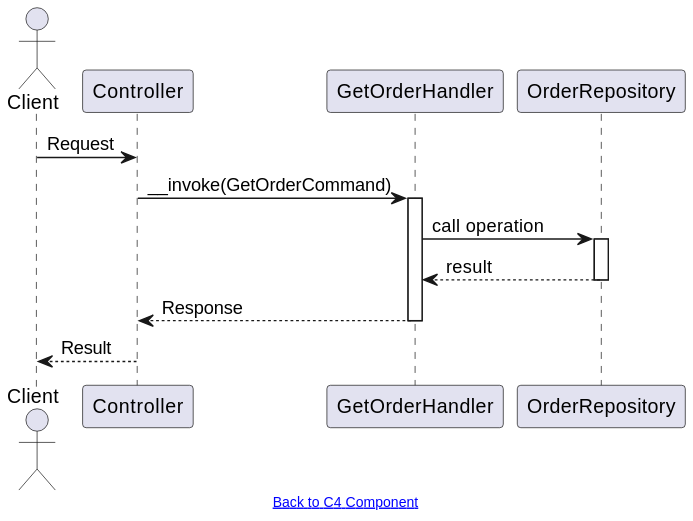
Earlier version of the PlantUML export docs/sequence-get-order.svg (mundiir/meetup-2025-orders-service).
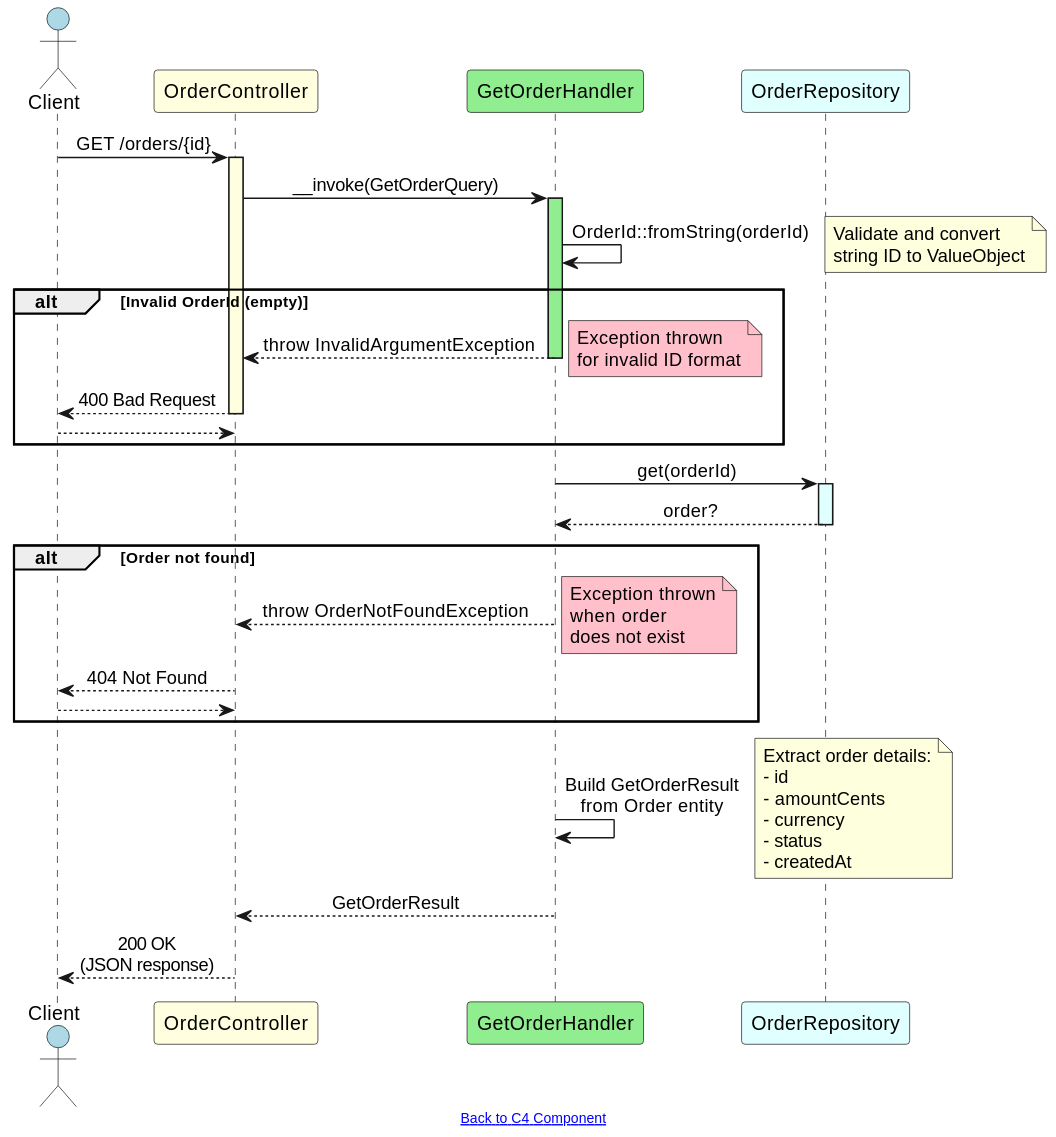
The same diagram one commit later.

Commit message:
Generate PlantUML diagrams for UseCases

What changed in the source:
```diff
@@ -1,22 +1,53 @@
 @startuml
 
-actor Client
-participant "Controller" as Controller
-participant "GetOrderHandler" as Handler
-participant OrderRepository as orders
+skinparam sequenceMessageAlign center
+skinparam BoxPadding 10
 
-Client -> Controller: Request
-Controller -> Handler: __invoke(GetOrderCommand)
-activate Handler
+actor Client #lightblue
+participant "OrderController" as Controller #lightyellow
+participant "GetOrderHandler" as Handler #lightgreen
+participant OrderRepository as Repo #lightcyan
 
-Handler -> orders: call operation
-activate orders
-orders --> Handler: result
-deactivate orders
+Client -> Controller: GET /orders/{id}
+activate Controller #lightyellow
 
-Handler --> Controller: Response
+Controller -> Handler: __invoke(GetOrderQuery)
+activate Handler #lightgreen
+
+Handler -> Handler: OrderId::fromString(orderId)
+note right: Validate and convert\nstring ID to ValueObject
+
+alt Invalid OrderId (empty)
+  Handler --> Controller: throw InvalidArgumentException
+  note right #pink: Exception thrown\nfor invalid ID format
+  deactivate Handler
+  Controller --> Client: 400 Bad Request
+  deactivate Controller
+  return
+end
+
+Handler -> Repo: get(orderId)
+activate Repo #lightcyan
+Repo --> Handler: order?
+deactivate Repo
+
+alt Order not found
+  Handler --> Controller: throw OrderNotFoundException
+  note right #pink: Exception thrown\nwhen order\ndoes not exist
+  deactivate Handler
+  Controller --> Client: 404 Not Found
+  deactivate Controller
+  return
+end
+
+Handler -> Handler: Build GetOrderResult\nfrom Order entity
+note right: Extract order details:\n- id\n- amountCents\n- currency\n- status\n- createdAt
+
+Handler --> Controller: GetOrderResult
 deactivate Handler
-Controller --> Client: Result
+
+Controller --> Client: 200 OK\n(JSON response)
+deactivate Controller
 
 footer [[https://mundiir.github.io/meetup-2025-orders-service/c4-component.svg Back to C4 Component]]
 @enduml
```
